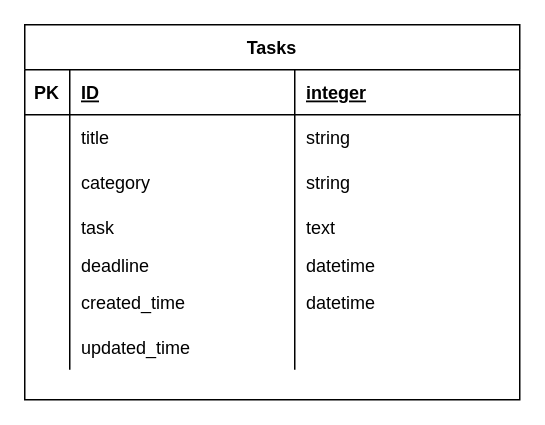
The draw.io diagram ER-model.dio in You9977/todo-app-ver2, before the edit. Source tidied: cells renumbered, new cells numbered last; positions are measured from the earlier drawing's top-left corner, leaving out a move shared by most shapes. Both pictures are drawn from the tidied source at 150%, with x=0, y=0 at pixel (24, 24).
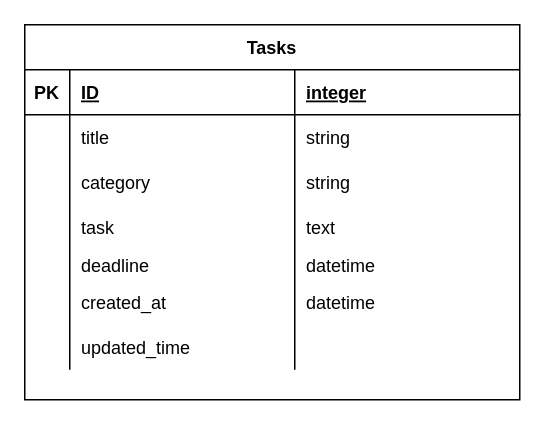
The same page after the edit.

Unchanged cells that the change refers to:
```xml
<mxCell id="23" style="shape=partialRectangle;fillColor=none;top=0;left=0;bottom=0;right=0;" parent="2" vertex="1">
  <mxGeometry y="170" width="330" height="30" as="geometry" />
</mxCell>
```

The edit, as a diff of the source:
```diff
@@
-    <mxCell id="25" value="created_time" style="shape=partialRectangle;fillColor=none;top=0;left=0;bottom=0;right=0;align=left;spacingLeft=6;overflow=hidden;" parent="23" vertex="1">
+    <mxCell id="25" value="created_at" style="shape=partialRectangle;fillColor=none;top=0;left=0;bottom=0;right=0;align=left;spacingLeft=6;overflow=hidden;" parent="23" vertex="1">
       <mxGeometry x="30" width="150" height="30" as="geometry" />
     </mxCell>
```
